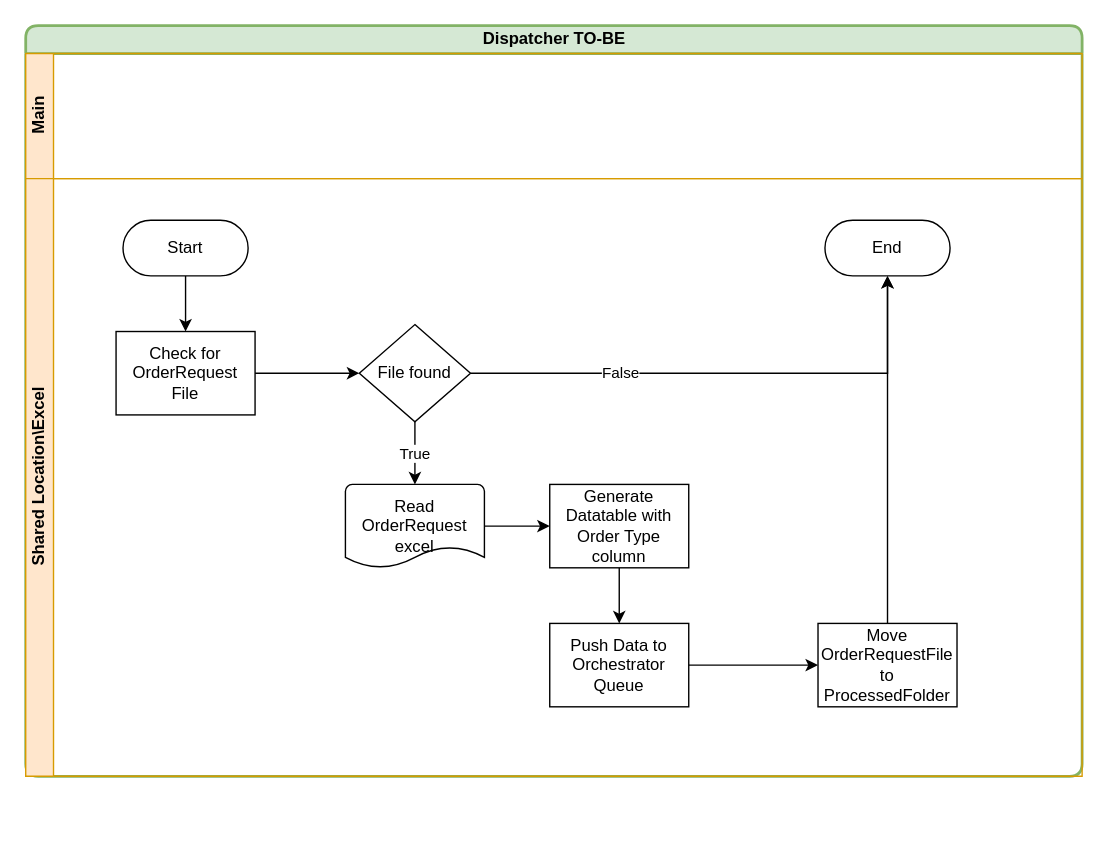
Earlier version of the draw.io diagram page "Dispatcher To-BE" (3 of 3) of _layouts/Untitled Diagram.drawio (Neha92/github-slideshow). Source tidied: cells renumbered, new cells numbered last; positions are measured from the earlier drawing's top-left corner, leaving out a move shared by most shapes. Both pictures are drawn from the tidied source at 139%, with x=0, y=0 at pixel (25, 25).
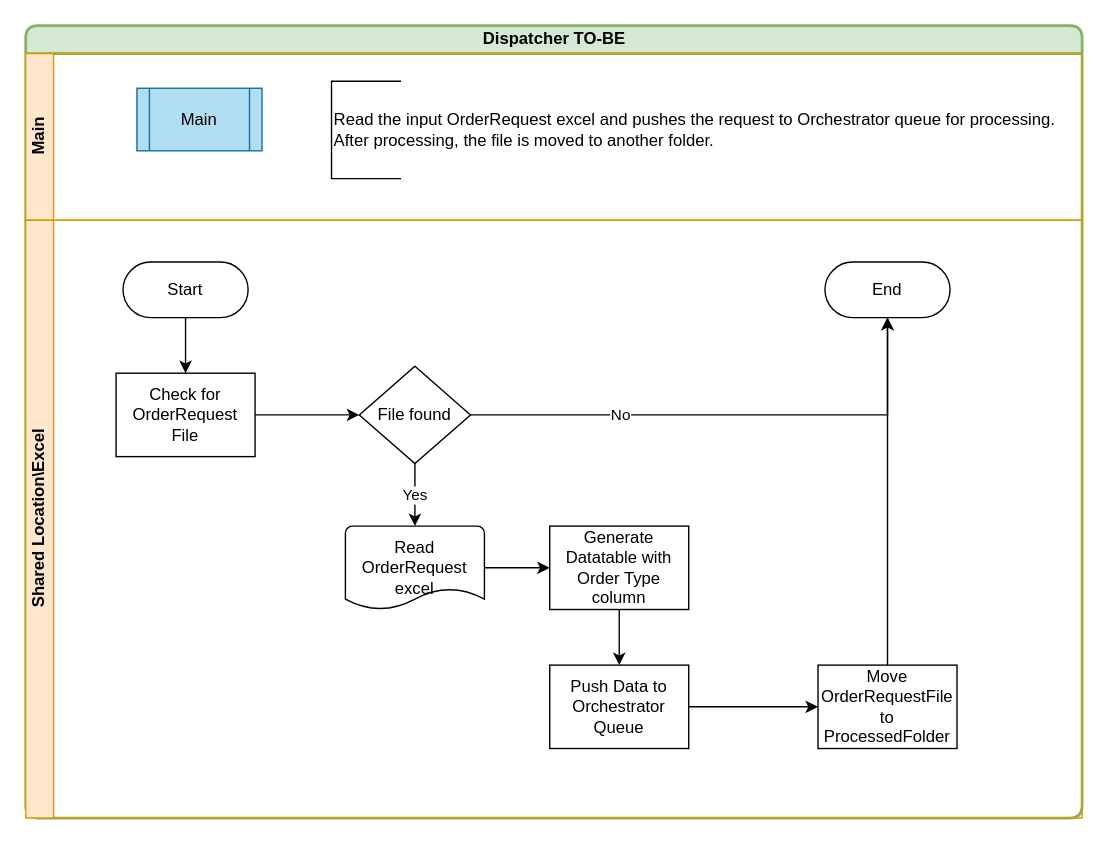
Above is the later version.

The change refers to these unchanged cells:
```xml
<mxCell id="10" style="edgeStyle=orthogonalEdgeStyle;rounded=0;jettySize=auto;html=1;exitX=1;exitY=0.5;exitDx=0;exitDy=0;exitPerimeter=0;" parent="4" edge="1" source="13" target="7">
  <mxGeometry relative="1" as="geometry" />
</mxCell>
<mxCell id="13" value="File found" style="strokeWidth=1;html=1;shape=mxgraph.flowchart.decision;whiteSpace=wrap;rounded=1;" parent="4" vertex="1">
  <mxGeometry x="240" y="105" width="80" height="70" as="geometry" />
</mxCell>
<mxCell id="15" value="Read OrderRequest excel" style="strokeWidth=1;html=1;shape=mxgraph.flowchart.document2;whiteSpace=wrap;size=0.25;rounded=1;" parent="4" vertex="1">
  <mxGeometry x="230" y="220" width="100" height="60" as="geometry" />
</mxCell>
```

The edit, as a diff of the source:
```diff
@@
     <mxCell id="2" value="&lt;span&gt;Dispatcher TO-BE&lt;/span&gt;" style="swimlane;html=1;horizontal=1;startSize=20;rounded=1;strokeColor=#82b366;strokeWidth=2;fillColor=#d5e8d4;labelBorderColor=none;" parent="1" vertex="1">
-      <mxGeometry width="760" height="540" as="geometry" />
+      <mxGeometry width="760" height="570" as="geometry" />
     </mxCell>
     <mxCell id="3" value="Main" style="swimlane;html=1;startSize=20;horizontal=0;fillColor=#ffe6cc;strokeColor=#d79b00;" parent="2" vertex="1">
-      <mxGeometry y="20" width="760" height="90" as="geometry" />
+      <mxGeometry y="20" width="760" height="120" as="geometry" />
     </mxCell>
+    <mxCell id="22" value="Main" style="shape=process;whiteSpace=wrap;html=1;backgroundOutline=1;fillColor=#b1ddf0;strokeColor=#10739e;" parent="3" vertex="1">
+      <mxGeometry x="80" y="25" width="90" height="45" as="geometry" />
+    </mxCell>
+    <mxCell id="23" value="Read the input OrderRequest excel and pushes the request to Orchestrator queue for processing.&lt;br&gt;After processing, the file is moved to another folder." style="strokeWidth=1;html=1;shape=mxgraph.flowchart.annotation_1;align=left;rounded=1;" parent="3" vertex="1">
+      <mxGeometry x="220" y="20" width="50" height="70" as="geometry" />
+    </mxCell>
     <mxCell id="4" value="Shared Location\Excel" style="swimlane;html=1;startSize=20;horizontal=0;fillColor=#ffe6cc;strokeColor=#d79b00;" parent="2" vertex="1">
-      <mxGeometry y="110" width="760" height="430" as="geometry" />
+      <mxGeometry y="140" width="760" height="430" as="geometry" />
     </mxCell>
@@
-    <mxCell id="11" value="False" style="edgeLabel;html=1;align=center;verticalAlign=middle;" parent="10" vertex="1">
+    <mxCell id="11" value="No" style="edgeLabel;html=1;align=center;verticalAlign=middle;" parent="10" vertex="1">
       <mxGeometry x="-0.42" y="1" relative="1" as="geometry" />
     </mxCell>
-    <mxCell id="12" value="True" style="edgeStyle=orthogonalEdgeStyle;rounded=0;jettySize=auto;html=1;exitX=0.5;exitY=1;exitDx=0;exitDy=0;exitPerimeter=0;entryX=0.5;entryY=0;entryDx=0;entryDy=0;entryPerimeter=0;" parent="4" edge="1" source="13" target="15">
+    <mxCell id="12" value="Yes" style="edgeStyle=orthogonalEdgeStyle;rounded=0;jettySize=auto;html=1;exitX=0.5;exitY=1;exitDx=0;exitDy=0;exitPerimeter=0;entryX=0.5;entryY=0;entryDx=0;entryDy=0;entryPerimeter=0;" parent="4" edge="1" source="13" target="15">
       <mxGeometry relative="1" as="geometry" />
     </mxCell>
```
